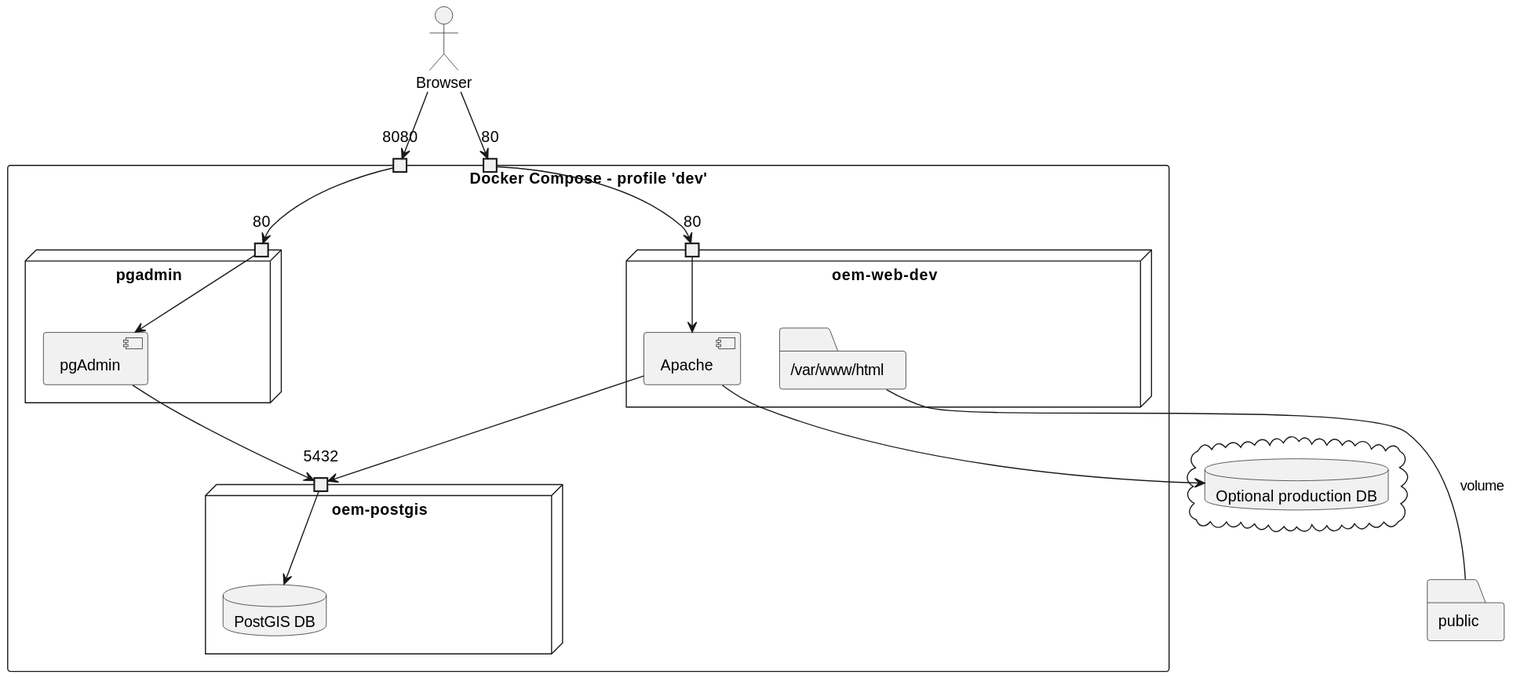
This is images/dev_deployment.svg from Danysan1/osm-wikidata-map-framework, a PlantUML export, as it was before one commit.
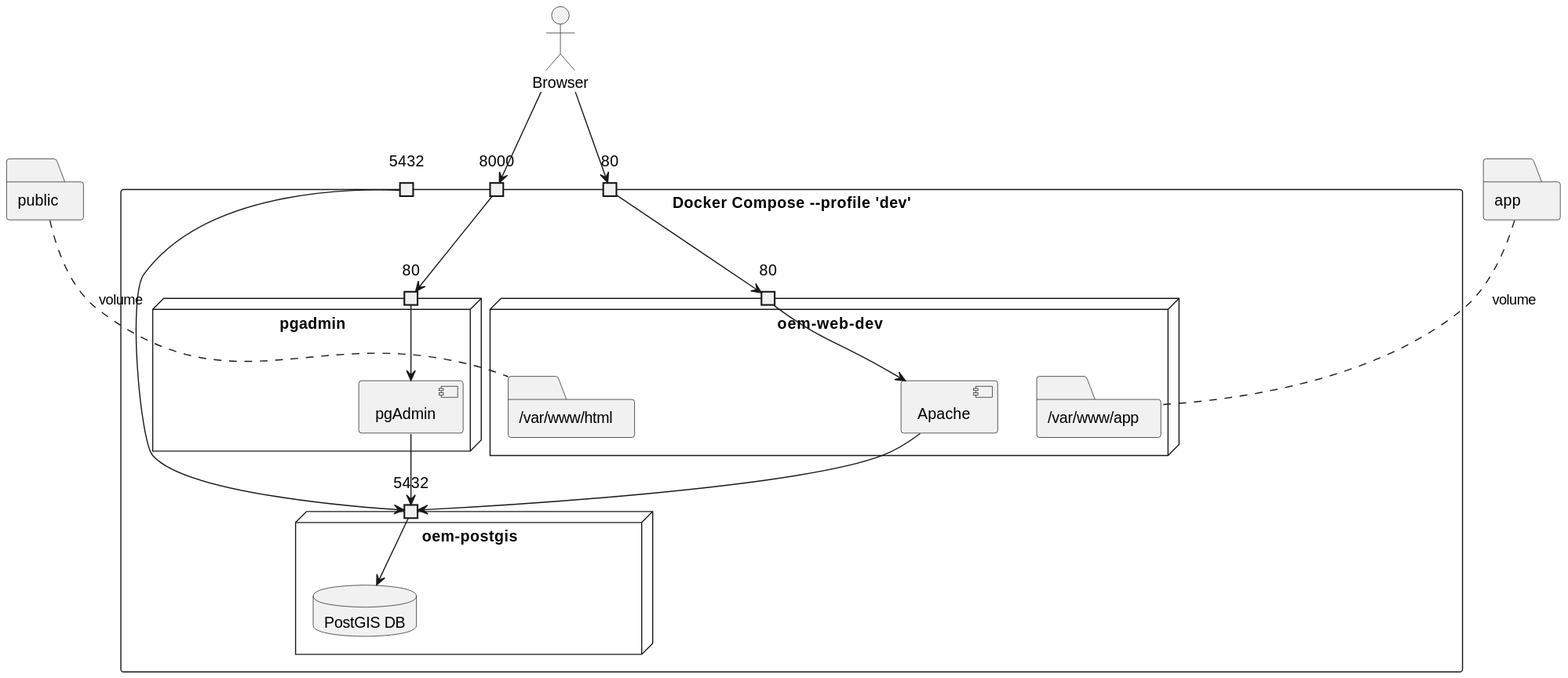
Above is the later version.

Change to the diagram source:
```diff
@@ -1,8 +1,9 @@
 @startuml dev_deployment
 
 actor Browser
-rectangle "Docker Compose - profile 'dev'" as docker {
-  port "8080" as 8080docker
+rectangle "Docker Compose --profile 'dev'" as docker {
+  port "8000" as 8000docker
+  port "5432" as 5432docker
   port "80" as 80docker
   node "oem-postgis" {
     port 5432 as 5432db
@@ -15,26 +16,26 @@
   node "oem-web-dev" {
     port "80" as 80webDev
     component Apache
-    folder "/var/www/html" as webRem
+    folder "/var/www/app" as appRem
+    folder "/var/www/html" as htmlRem
   }
 
 }
-cloud {
-  database "Optional production DB" as extDB
-}
-folder "public" as webLoc
-
-webRem --- webLoc : volume
+folder "public" as htmlLoc
+folder "app" as appLoc
 
 Apache --> 5432db
-Apache --> extDB
 pgAdmin --> 5432db
 
 Browser --> 80docker
-Browser --> 8080docker
+Browser --> 8000docker
 
 80docker --> 80webDev
-8080docker --> 80pgAdmin
+8000docker --> 80pgAdmin
+5432docker --> 5432db
+
+htmlLoc ... htmlRem : volume
+appLoc ... appRem : volume
 
 80webDev -> Apache
 5432db -> db
```
